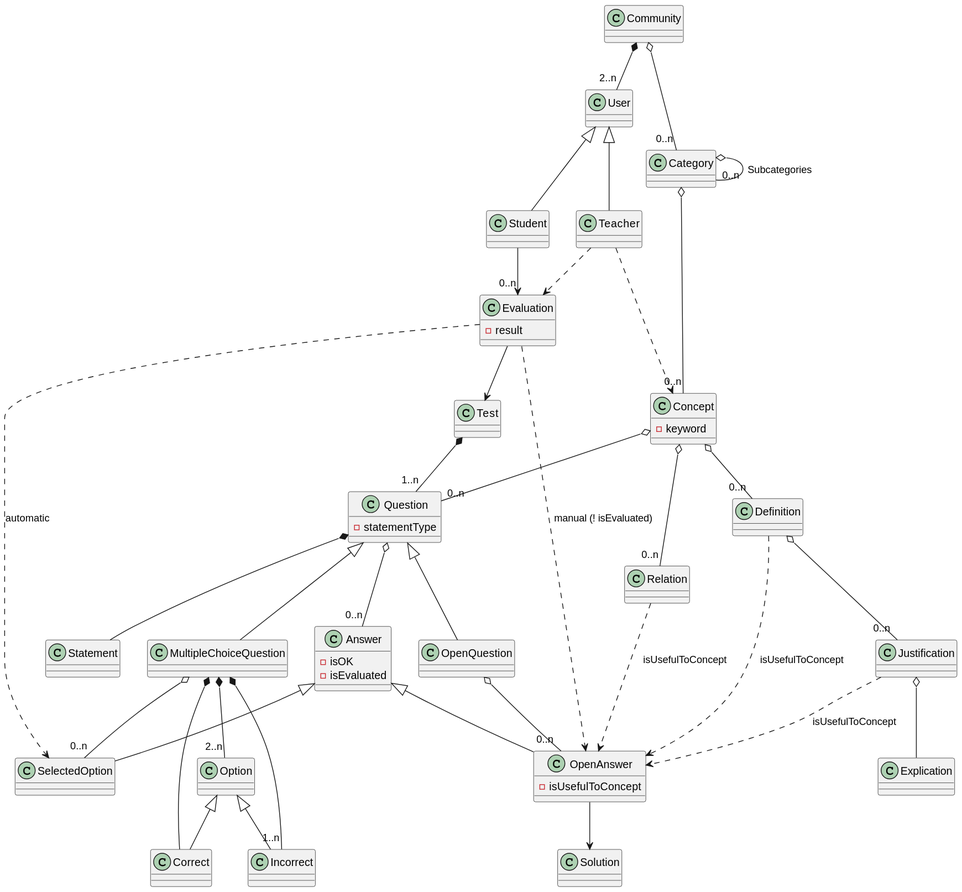
Before: out/doc/dominio_clases/OpoTestDomain.svg, a diagram exported from PlantUML (Joselon/ProyectoOpoTest).
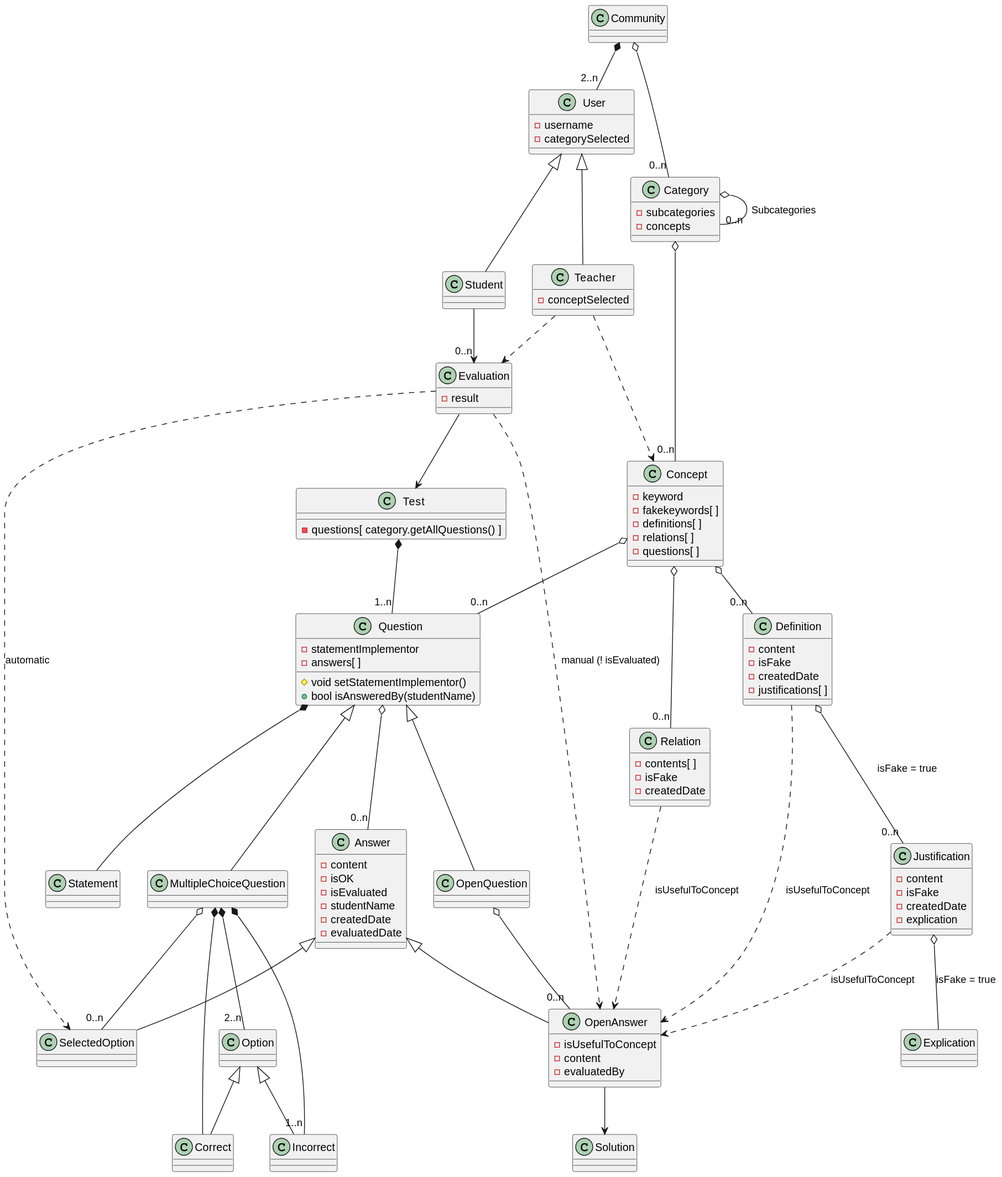
The same diagram one commit later.

The edit, as a diff of the source:
```diff
@@ -2,9 +2,14 @@
 
 class Community
 
-class User
+class User {
+    - username
+    - categorySelected
+}
 
-class Teacher
+class Teacher {
+    -conceptSelected
+}
 
 class Student
 
@@ -12,23 +17,59 @@
     - result
 }
 
-class Category
+class Category {
+    -subcategories
+    -concepts
+}
 
-class Test
+class Test {
+    - questions[ category.getAllQuestions() ]
+}
 
 class Concept {
     - keyword
+    - fakekeywords[ ]
+    - definitions[ ]
+    - relations[ ]
+    - questions[ ]
+}
+
+class Definition {
+    - content
+    - isFake
+    - createdDate
+    - justifications[ ]
+}
+
+class Justification {
+    - content
+    - isFake
+    - createdDate
+    - explication
+}
+
+class Relation {
+    - contents[ ]
+    - isFake
+    - createdDate
 }
 
 class Question {
-    - statementType
+    - statementImplementor
+    - answers[ ]
+    # void setStatementImplementor()
+    + bool isAnsweredBy(studentName)
 }
 
 class Statement
 
 class Answer {
+    - content
     - isOK
     - isEvaluated
+    - studentName
+    - createdDate
+    - evaluatedDate
 }
 
 class MultipleChoiceQuestion
@@ -43,9 +84,13 @@
 
 class OpenAnswer {
     - isUsefulToConcept
+    - content
+    - evaluatedBy
 }
 
-Class SelectedOption
+Class SelectedOption {
+
+}
 
 
 Community *--"2..n" User
@@ -60,8 +105,8 @@
 Category o--"0..n" Concept
 Concept o--"0..n" Question
 Concept o--"0..n" Definition
-Definition o--"0..n" Justification
-Justification o-- Explication
+Definition o--"0..n" Justification: isFake = true
+Justification o-- Explication: isFake = true
 Concept o--"0..n" Relation
 
 Student -->"0..n" Evaluation
```
